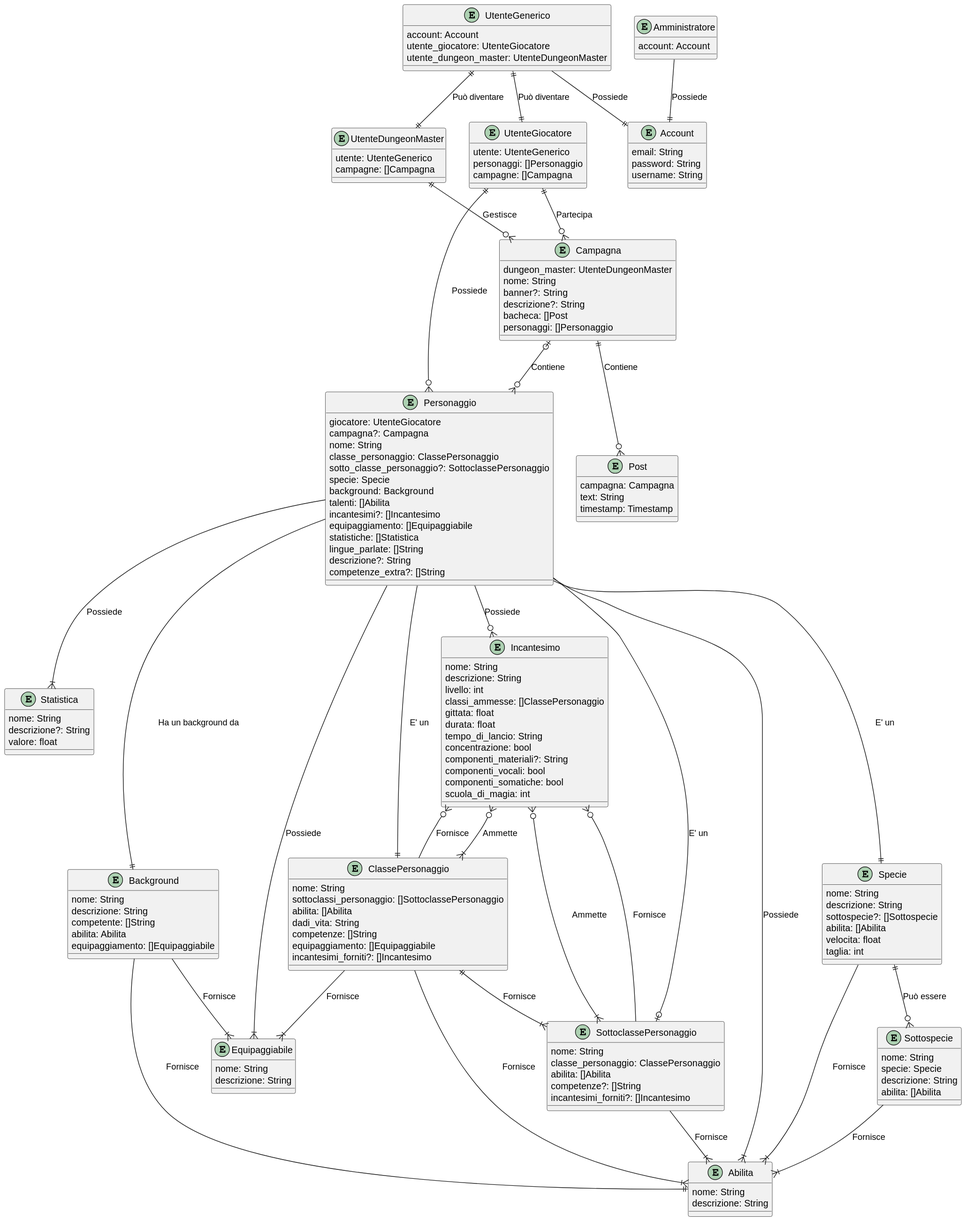
This is diagram.svg from frax2004/progetto-sweb, a PlantUML export, as it was before one commit. The source it was exported from:
```plantuml
@startuml
entity Amministratore {
  account: Account
}



entity UtenteGenerico {
  account: Account
  utente_giocatore: UtenteGiocatore
  utente_dungeon_master: UtenteDungeonMaster
}

entity UtenteGiocatore {
  utente: UtenteGenerico
  personaggi: []Personaggio
  campagne: []Campagna
}

entity UtenteDungeonMaster {
  utente: UtenteGenerico
  campagne: []Campagna
}


entity Account {
  email: String
  password: String
  username: String
}

entity Personaggio {
  giocatore: UtenteGiocatore
  campagna?: Campagna
  nome: String
  classe_personaggio: ClassePersonaggio
  sotto_classe_personaggio?: SottoclassePersonaggio
  specie: Specie
  background: Background
  talenti: []Abilita
  incantesimi?: []Incantesimo
  equipaggiamento: []Equipaggiabile
  statistiche: []Statistica
  lingue_parlate: []String
  descrizione?: String
  competenze_extra?: []String
}

entity Statistica {
  nome: String
  descrizione?: String
  valore: float
}

entity Equipaggiabile {
  nome: String
  descrizione: String
}

entity Background {
  nome: String
  descrizione: String
  competente: []String
  abilita: Abilita
  equipaggiamento: []Equipaggiabile
}

entity Abilita {
  nome: String
  descrizione: String
}

entity Incantesimo {
  nome: String
  descrizione: String
  livello: int
  classi_ammesse: []ClassePersonaggio
  gittata: float
  durata: float
  tempo_di_lancio: String
  concentrazione: bool
  componenti_materiali?: String
  componenti_vocali: bool
  componenti_somatiche: bool
  scuola_di_magia: int
}

entity Specie {
  nome: String
  descrizione: String
  sottospecie?: []Sottospecie
  abilita: []Abilita
  velocita: float
  taglia: int
}

entity Sottospecie {
  nome: String
  specie: Specie
  descrizione: String
  abilita: []Abilita
}

entity ClassePersonaggio {
  nome: String
  sottoclassi_personaggio: []SottoclassePersonaggio
  abilita: []Abilita
  dadi_vita: String
  competenze: []String
  equipaggiamento: []Equipaggiabile
  incantesimi_forniti?: []Incantesimo
}

entity SottoclassePersonaggio {
  nome: String
  classe_personaggio: ClassePersonaggio
  abilita: []Abilita
  competenze?: []String
  incantesimi_forniti?: []Incantesimo
}


entity Campagna {
  dungeon_master: UtenteDungeonMaster
  nome: String
  banner?: String
  descrizione?: String
  bacheca: []Post
  personaggi: []Personaggio
}

entity Post {
  campagna: Campagna
  text: String
  timestamp: Timestamp
}

Amministratore --|| Account : Possiede

UtenteGenerico --|| Account : Possiede
UtenteGenerico ||--|| UtenteGiocatore : Può diventare
UtenteGenerico ||--|| UtenteDungeonMaster : Può diventare

UtenteGiocatore ||--o{ Personaggio : Possiede
UtenteGiocatore ||--o{ Campagna : Partecipa

UtenteDungeonMaster ||--o{ Campagna : Gestisce

Campagna ||--o{ Post : Contiene
Campagna |o--o{ Personaggio : Contiene

Personaggio --|| ClassePersonaggio : E' un
Personaggio --o| SottoclassePersonaggio : E' un
Personaggio --|| Specie : E' un
Personaggio --|| Background : Ha un background da
Personaggio --|{ Abilita : Possiede
Personaggio --o{ Incantesimo : Possiede
Personaggio --|{ Equipaggiabile : Possiede
Personaggio --|{ Statistica : Possiede

Background --|| Abilita : Fornisce
Background --|{ Equipaggiabile : Fornisce


Incantesimo }o--|{ ClassePersonaggio : Ammette
Incantesimo }o--|{ SottoclassePersonaggio : Ammette


ClassePersonaggio ||--|{ SottoclassePersonaggio : Fornisce
ClassePersonaggio --|{ Abilita : Fornisce
ClassePersonaggio --|{ Equipaggiabile : Fornisce
ClassePersonaggio --o{ Incantesimo : Fornisce

SottoclassePersonaggio --|{ Abilita : Fornisce
SottoclassePersonaggio --o{ Incantesimo : Fornisce

Specie ||--o{ Sottospecie : Può essere
Specie --|{ Abilita : Fornisce

Sottospecie --|{ Abilita : Fornisce
@enduml
```
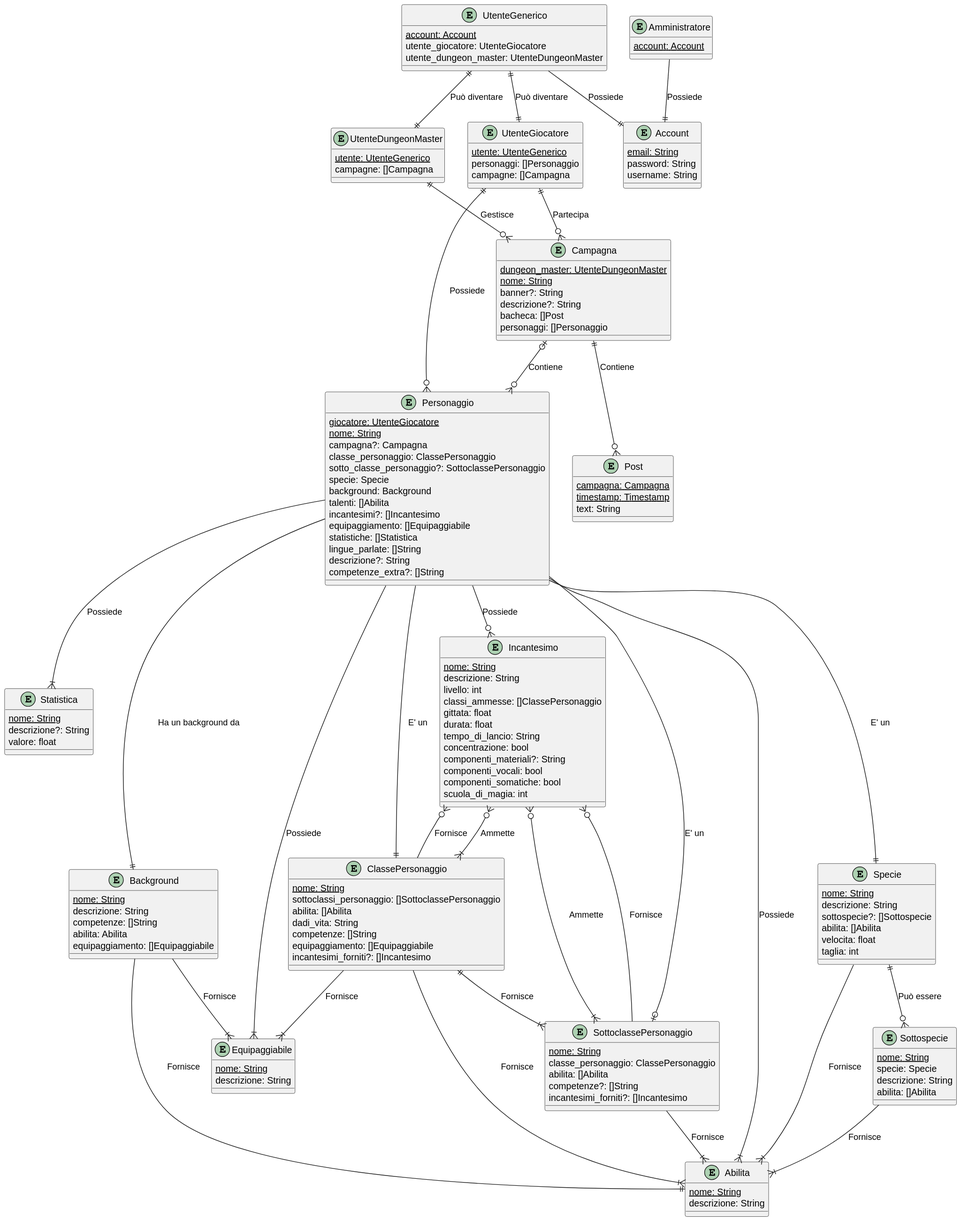
After the commit.

Commit message:
added keys to e-r scheme

Change to the diagram source:
```diff
@@ -1,38 +1,36 @@
 @startuml
 entity Amministratore {
-  account: Account
+  {static} account: Account
 }
 
-
-
 entity UtenteGenerico {
-  account: Account
+  {static} account: Account
   utente_giocatore: UtenteGiocatore
   utente_dungeon_master: UtenteDungeonMaster
 }
 
 entity UtenteGiocatore {
-  utente: UtenteGenerico
+  {static} utente: UtenteGenerico
   personaggi: []Personaggio
   campagne: []Campagna
 }
 
 entity UtenteDungeonMaster {
-  utente: UtenteGenerico
+  {static} utente: UtenteGenerico
   campagne: []Campagna
 }
 
 
 entity Account {
-  email: String
+  {static} email: String
   password: String
   username: String
 }
 
 entity Personaggio {
-  giocatore: UtenteGiocatore
+  {static} giocatore: UtenteGiocatore
+  {static} nome: String
   campagna?: Campagna
-  nome: String
   classe_personaggio: ClassePersonaggio
   sotto_classe_personaggio?: SottoclassePersonaggio
   specie: Specie
@@ -47,31 +45,31 @@
 }
 
 entity Statistica {
-  nome: String
+  {static} nome: String
   descrizione?: String
   valore: float
 }
 
 entity Equipaggiabile {
-  nome: String
+  {static} nome: String
   descrizione: String
 }
 
 entity Background {
-  nome: String
+  {static} nome: String
   descrizione: String
-  competente: []String
+  competenze: []String
   abilita: Abilita
   equipaggiamento: []Equipaggiabile
 }
 
 entity Abilita {
-  nome: String
+  {static} nome: String
   descrizione: String
 }
 
 entity Incantesimo {
-  nome: String
+  {static} nome: String
   descrizione: String
   livello: int
   classi_ammesse: []ClassePersonaggio
@@ -86,7 +84,7 @@
 }
 
 entity Specie {
-  nome: String
+  {static} nome: String
   descrizione: String
   sottospecie?: []Sottospecie
   abilita: []Abilita
@@ -95,14 +93,14 @@
 }
 
 entity Sottospecie {
-  nome: String
+  {static} nome: String
   specie: Specie
   descrizione: String
   abilita: []Abilita
 }
 
 entity ClassePersonaggio {
-  nome: String
+  {static} nome: String
   sottoclassi_personaggio: []SottoclassePersonaggio
   abilita: []Abilita
   dadi_vita: String
@@ -112,7 +110,7 @@
 }
 
 entity SottoclassePersonaggio {
-  nome: String
+  {static} nome: String
   classe_personaggio: ClassePersonaggio
   abilita: []Abilita
   competenze?: []String
@@ -121,8 +119,8 @@
 
 
 entity Campagna {
-  dungeon_master: UtenteDungeonMaster
-  nome: String
+  {static} dungeon_master: UtenteDungeonMaster
+  {static} nome: String
   banner?: String
   descrizione?: String
   bacheca: []Post
@@ -130,9 +128,9 @@
 }
 
 entity Post {
-  campagna: Campagna
+  {static} campagna: Campagna
+  {static} timestamp: Timestamp
   text: String
-  timestamp: Timestamp
 }
 
 Amministratore --|| Account : Possiede
```
